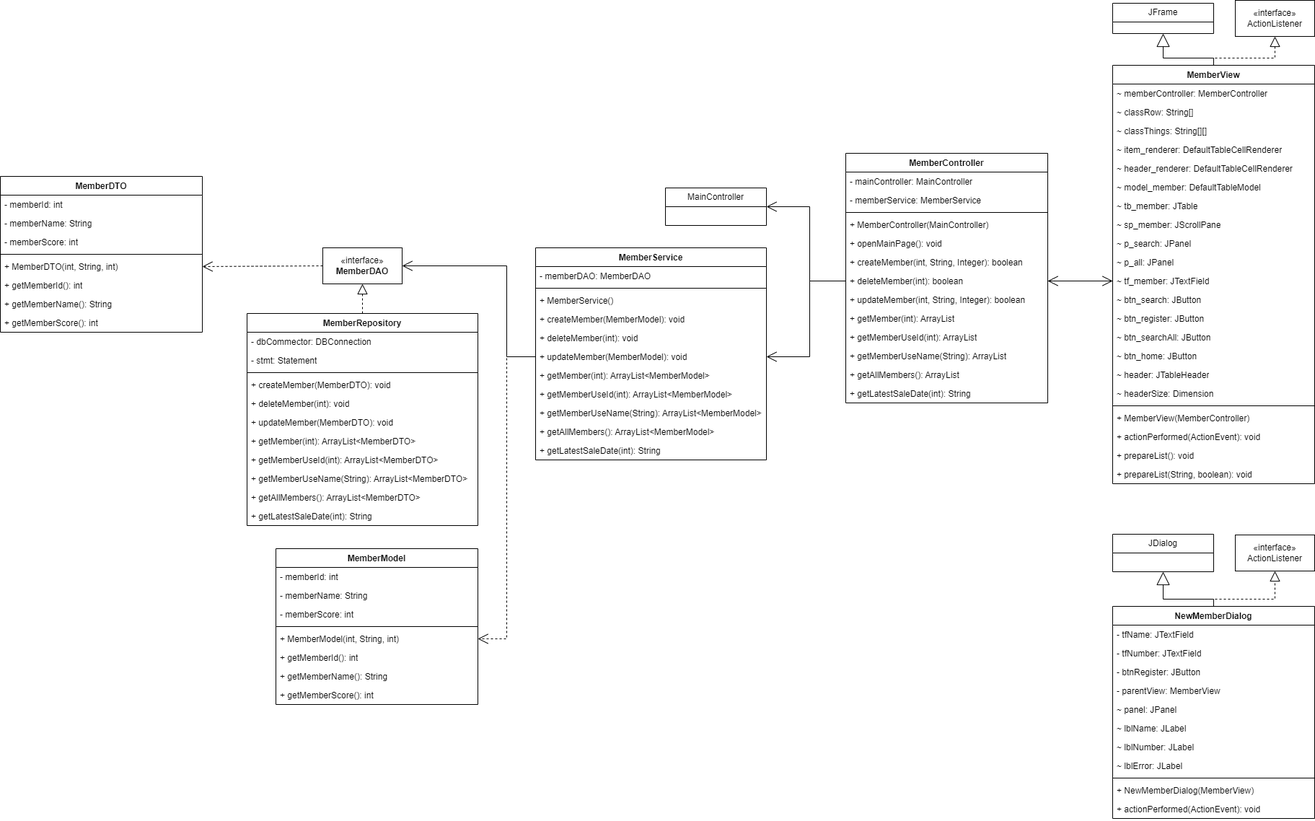
Above: diagram/Member.drawio.png in P-POS/PPOS (draw.io), before the change. Source tidied: cells renumbered, new cells last; positions are measured from the earlier drawing's top-left corner, leaving out a move shared by most shapes.
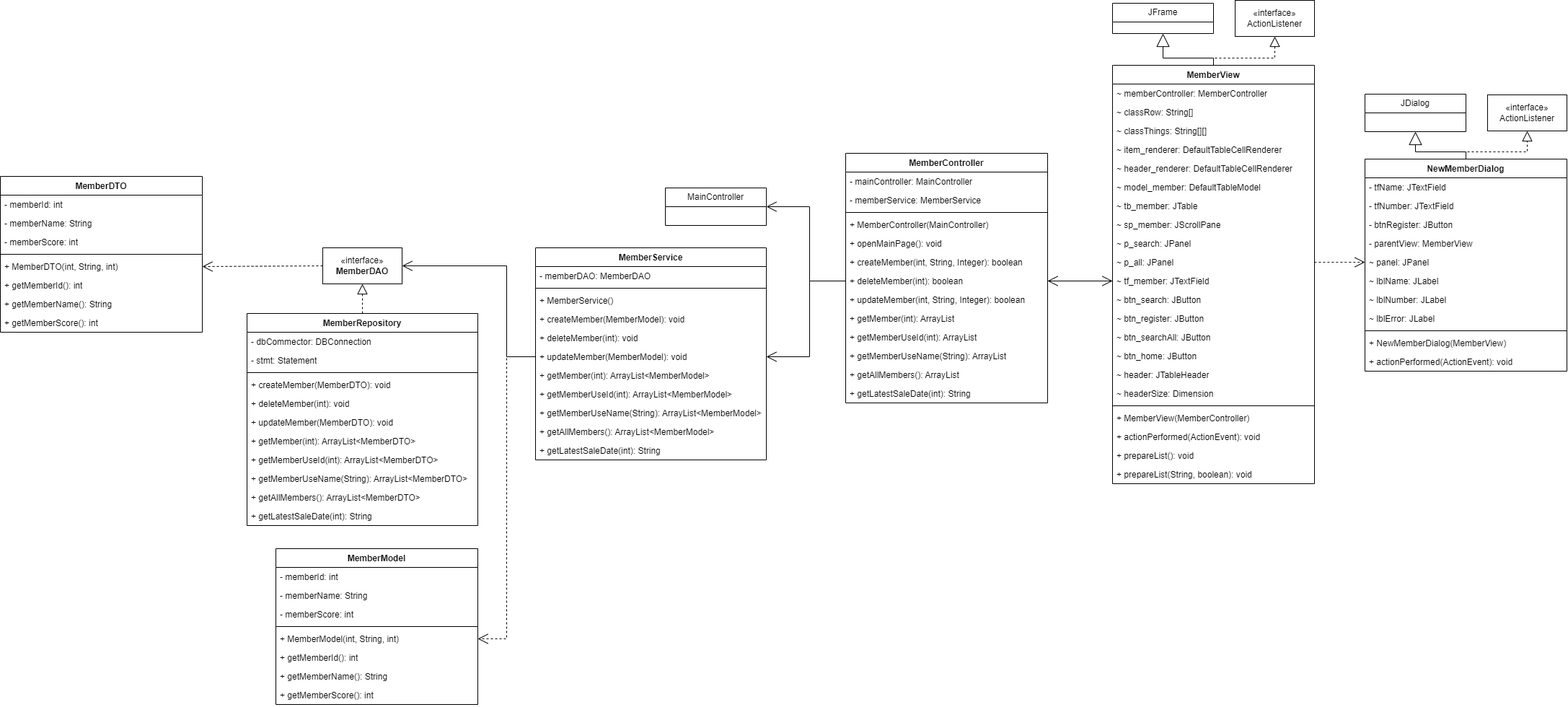
The same diagram one commit later.

Change to the diagram source:
```diff
@@ -156,7 +156,7 @@
       <mxGeometry x="1712" width="110" height="50" as="geometry" />
     </mxCell>
     <mxCell id="53" value="&lt;span style=&quot;text-wrap: nowrap;&quot;&gt;NewMemberDialog&lt;/span&gt;" style="swimlane;fontStyle=1;align=center;verticalAlign=top;horizontal=1;startSize=26;whiteSpace=wrap;html=1;" parent="1" vertex="1">
-      <mxGeometry x="1542" y="840" width="280" height="294" as="geometry" />
+      <mxGeometry x="1892" y="220" width="280" height="294" as="geometry" />
     </mxCell>
     <mxCell id="54" value="&lt;span style=&quot;text-wrap: nowrap;&quot;&gt;- tfName:&amp;nbsp;JTextField&lt;/span&gt;" style="text;strokeColor=none;fillColor=none;align=left;verticalAlign=top;spacingLeft=4;spacingRight=4;overflow=hidden;whiteSpace=wrap;html=1;" parent="53" vertex="1">
       <mxGeometry y="26" width="280" height="26" as="geometry" />
@@ -192,16 +192,16 @@
       <mxGeometry y="268" width="280" height="26" as="geometry" />
     </mxCell>
     <mxCell id="65" value="JDialog" style="swimlane;fontStyle=0;horizontal=1;startSize=26;fillColor=none;whiteSpace=wrap;html=1;" parent="1" vertex="1">
-      <mxGeometry x="1542" y="740" width="140" height="52" as="geometry" />
+      <mxGeometry x="1892" y="130" width="140" height="52" as="geometry" />
     </mxCell>
     <mxCell id="66" value="«interface»&lt;br&gt;ActionListener" style="html=1;whiteSpace=wrap;" parent="1" vertex="1">
-      <mxGeometry x="1712" y="741" width="110" height="50" as="geometry" />
+      <mxGeometry x="2062" y="131" width="110" height="50" as="geometry" />
     </mxCell>
     <mxCell id="67" style="endArrow=block;dashed=1;endFill=0;endSize=12;html=1;rounded=0;entryX=0.5;entryY=1;entryDx=0;entryDy=0;exitX=0.5;exitY=0;exitDx=0;exitDy=0;" parent="1" edge="1" source="53" target="66">
       <mxGeometry relative="1" as="geometry">
         <Array as="points">
-          <mxPoint x="1682" y="830" />
-          <mxPoint x="1767" y="830" />
+          <mxPoint x="2032" y="210" />
+          <mxPoint x="2117" y="210" />
         </Array>
       </mxGeometry>
     </mxCell>
@@ -224,8 +224,8 @@
     <mxCell id="70" style="endArrow=block;endSize=16;endFill=0;html=1;rounded=0;entryX=0.5;entryY=1;entryDx=0;entryDy=0;exitX=0.5;exitY=0;exitDx=0;exitDy=0;" parent="1" edge="1" source="53" target="65">
       <mxGeometry relative="1" as="geometry">
         <Array as="points">
-          <mxPoint x="1682" y="830" />
-          <mxPoint x="1612" y="830" />
+          <mxPoint x="2032" y="210" />
+          <mxPoint x="1962" y="210" />
         </Array>
       </mxGeometry>
     </mxCell>
@@ -369,5 +369,8 @@
     <mxCell id="110" style="endArrow=open;endFill=1;endSize=12;html=1;rounded=0;exitX=0;exitY=0.5;exitDx=0;exitDy=0;entryX=1;entryY=0.5;entryDx=0;entryDy=0;" parent="1" edge="1" source="39" target="9">
       <mxGeometry relative="1" as="geometry" />
     </mxCell>
+    <mxCell id="111" style="endArrow=open;endSize=12;dashed=1;html=1;rounded=0;fontSize=12;curved=1;exitX=1;exitY=0.5;exitDx=0;exitDy=0;entryX=0;entryY=0.5;entryDx=0;entryDy=0;" parent="1" edge="1" source="38" target="58">
+      <mxGeometry relative="1" as="geometry" />
+    </mxCell>
   </root>
 </mxGraphModel>
```
